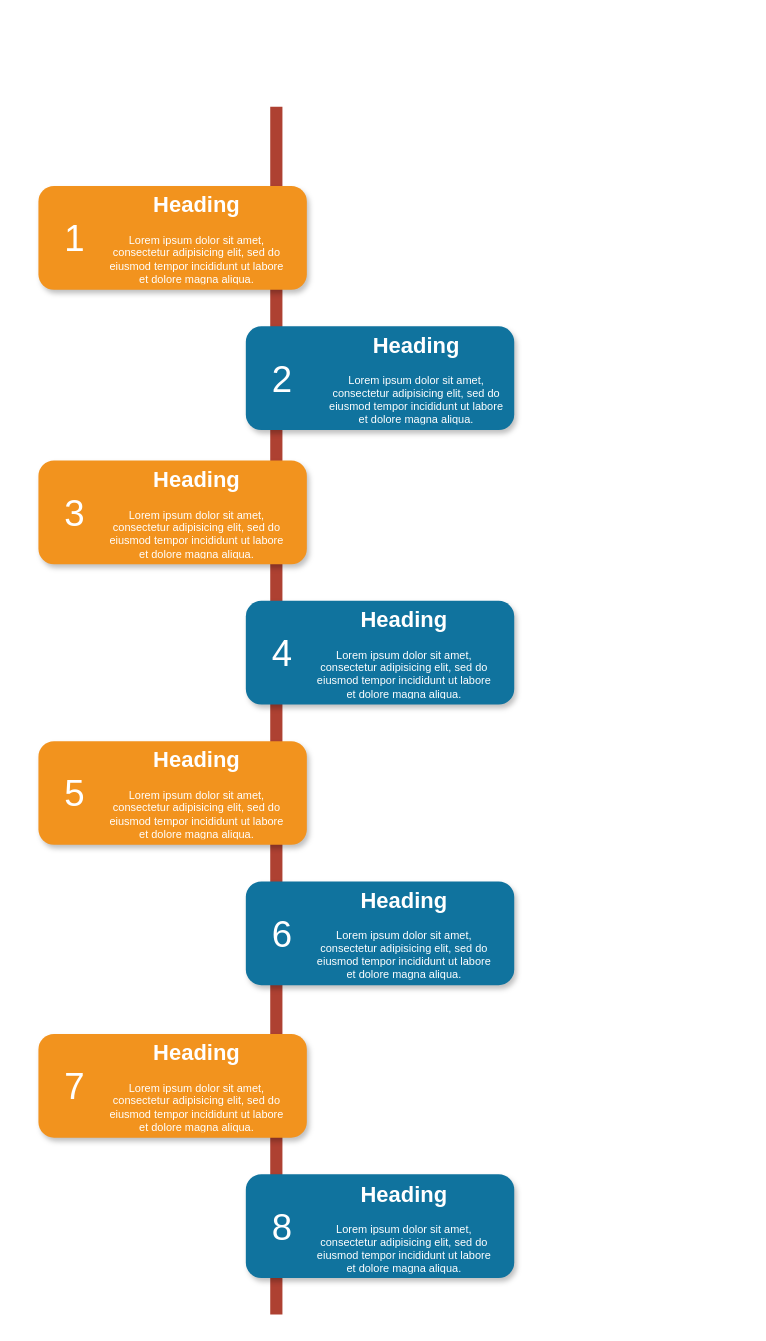
BrunoMRTZ/labcx keeps this draw.io diagram as diagramas/esquemaEC.drawio. Above is the earlier version. Source tidied: cells renumbered, new cells numbered last; positions are measured from the earlier drawing's top-left corner, leaving out a move shared by most shapes. Both pictures are drawn from the tidied source at 122%, with x=0, y=0 at pixel (38, 106).
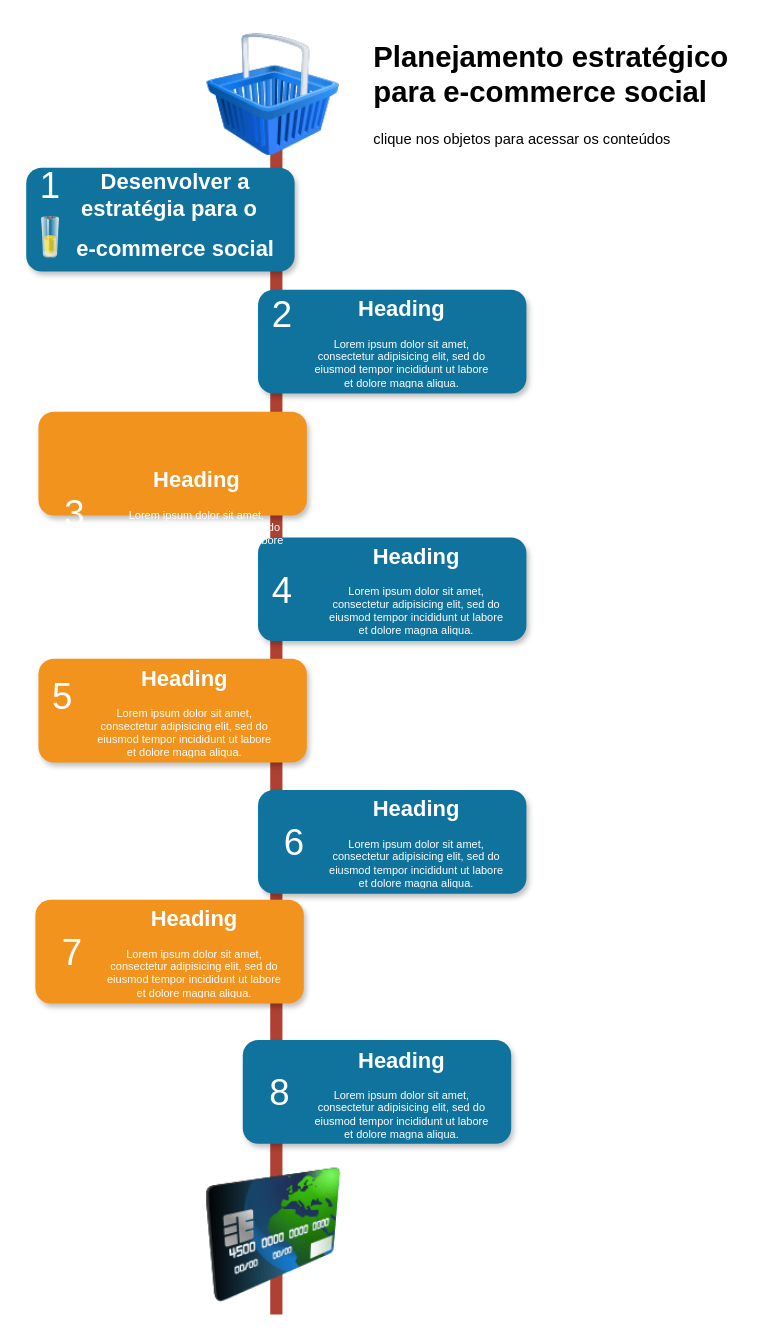
The same page after the edit.

What changed in the source:
```diff
@@
-    <mxCell id="3" style="rounded=1;whiteSpace=wrap;html=1;strokeColor=none;strokeWidth=1;fillColor=#F2931E;fontSize=13;fontColor=#FFFFFF;align=center;gradientColor=none;gradientDirection=east;verticalAlign=top;shadow=1;" parent="1" vertex="1">
-      <mxGeometry y="65" width="220" height="85" as="geometry" />
+    <mxCell id="3" style="rounded=1;whiteSpace=wrap;html=1;strokeColor=none;strokeWidth=1;fillColor=#10739E;fontSize=13;fontColor=#FFFFFF;align=center;gradientColor=none;gradientDirection=east;verticalAlign=top;shadow=1;" parent="1" vertex="1">
+      <mxGeometry x="-10" y="50" width="220" height="85" as="geometry" />
     </mxCell>
     <mxCell id="4" value="1" style="text;html=1;strokeColor=none;fillColor=none;align=center;verticalAlign=middle;whiteSpace=wrap;fontSize=30;fontColor=#FFFFFF;" parent="1" vertex="1">
-      <mxGeometry x="10" y="98" width="40" height="20" as="geometry" />
+      <mxGeometry x="-10" y="54" width="40" height="20" as="geometry" />
     </mxCell>
     <mxCell id="5" style="rounded=1;whiteSpace=wrap;html=1;strokeColor=none;strokeWidth=1;fillColor=#10739E;fontSize=13;fontColor=#FFFFFF;align=center;gradientColor=none;gradientDirection=east;verticalAlign=top;shadow=1;" parent="1" vertex="1">
-      <mxGeometry x="170" y="180" width="220" height="85" as="geometry" />
+      <mxGeometry x="180" y="150" width="220" height="85" as="geometry" />
     </mxCell>
     <mxCell id="6" value="2" style="text;html=1;strokeColor=none;fillColor=none;align=center;verticalAlign=middle;whiteSpace=wrap;fontSize=30;fontColor=#FFFFFF;" parent="1" vertex="1">
-      <mxGeometry x="180" y="213" width="40" height="20" as="geometry" />
+      <mxGeometry x="180" y="160" width="40" height="20" as="geometry" />
     </mxCell>
     <mxCell id="7" style="rounded=1;whiteSpace=wrap;html=1;strokeColor=none;strokeWidth=1;fillColor=#F2931E;fontSize=13;fontColor=#FFFFFF;align=center;gradientColor=none;gradientDirection=east;verticalAlign=top;shadow=1;" parent="1" vertex="1">
-      <mxGeometry y="290" width="220" height="85" as="geometry" />
+      <mxGeometry y="250" width="220" height="85" as="geometry" />
     </mxCell>
@@
     <mxCell id="9" style="rounded=1;whiteSpace=wrap;html=1;strokeColor=none;strokeWidth=1;fillColor=#10739E;fontSize=13;fontColor=#FFFFFF;align=center;gradientColor=none;gradientDirection=east;verticalAlign=top;shadow=1;" parent="1" vertex="1">
-      <mxGeometry x="170" y="405" width="220" height="85" as="geometry" />
+      <mxGeometry x="180" y="353" width="220" height="85" as="geometry" />
     </mxCell>
     <mxCell id="10" value="4" style="text;html=1;strokeColor=none;fillColor=none;align=center;verticalAlign=middle;whiteSpace=wrap;fontSize=30;fontColor=#FFFFFF;" parent="1" vertex="1">
-      <mxGeometry x="180" y="438" width="40" height="20" as="geometry" />
+      <mxGeometry x="180" y="385.5" width="40" height="20" as="geometry" />
     </mxCell>
     <mxCell id="11" style="rounded=1;whiteSpace=wrap;html=1;strokeColor=none;strokeWidth=1;fillColor=#F2931E;fontSize=13;fontColor=#FFFFFF;align=center;gradientColor=none;gradientDirection=east;verticalAlign=top;shadow=1;" parent="1" vertex="1">
-      <mxGeometry y="520" width="220" height="85" as="geometry" />
+      <mxGeometry y="452.5" width="220" height="85" as="geometry" />
     </mxCell>
     <mxCell id="12" value="5" style="text;html=1;strokeColor=none;fillColor=none;align=center;verticalAlign=middle;whiteSpace=wrap;fontSize=30;fontColor=#FFFFFF;" parent="1" vertex="1">
-      <mxGeometry x="10" y="553" width="40" height="20" as="geometry" />
+      <mxGeometry y="472.5" width="40" height="20" as="geometry" />
     </mxCell>
     <mxCell id="13" style="rounded=1;whiteSpace=wrap;html=1;strokeColor=none;strokeWidth=1;fillColor=#10739E;fontSize=13;fontColor=#FFFFFF;align=center;gradientColor=none;gradientDirection=east;verticalAlign=top;shadow=1;" parent="1" vertex="1">
-      <mxGeometry x="170" y="635" width="220" height="85" as="geometry" />
+      <mxGeometry x="180" y="560" width="220" height="85" as="geometry" />
     </mxCell>
     <mxCell id="14" value="6" style="text;html=1;strokeColor=none;fillColor=none;align=center;verticalAlign=middle;whiteSpace=wrap;fontSize=30;fontColor=#FFFFFF;" parent="1" vertex="1">
-      <mxGeometry x="180" y="668" width="40" height="20" as="geometry" />
+      <mxGeometry x="190" y="593" width="40" height="20" as="geometry" />
     </mxCell>
     <mxCell id="15" style="rounded=1;whiteSpace=wrap;html=1;strokeColor=none;strokeWidth=1;fillColor=#F2931E;fontSize=13;fontColor=#FFFFFF;align=center;gradientColor=none;gradientDirection=east;verticalAlign=top;shadow=1;" parent="1" vertex="1">
-      <mxGeometry y="760" width="220" height="85" as="geometry" />
+      <mxGeometry x="-2.5" y="650" width="220" height="85" as="geometry" />
     </mxCell>
     <mxCell id="16" value="7" style="text;html=1;strokeColor=none;fillColor=none;align=center;verticalAlign=middle;whiteSpace=wrap;fontSize=30;fontColor=#FFFFFF;" parent="1" vertex="1">
-      <mxGeometry x="10" y="793" width="40" height="20" as="geometry" />
+      <mxGeometry x="7.5" y="683" width="40" height="20" as="geometry" />
     </mxCell>
     <mxCell id="17" style="rounded=1;whiteSpace=wrap;html=1;strokeColor=none;strokeWidth=1;fillColor=#10739E;fontSize=13;fontColor=#FFFFFF;align=center;gradientColor=none;gradientDirection=east;verticalAlign=top;shadow=1;" parent="1" vertex="1">
-      <mxGeometry x="170" y="875" width="220" height="85" as="geometry" />
+      <mxGeometry x="167.5" y="765" width="220" height="85" as="geometry" />
     </mxCell>
     <mxCell id="18" value="8" style="text;html=1;strokeColor=none;fillColor=none;align=center;verticalAlign=middle;whiteSpace=wrap;fontSize=30;fontColor=#FFFFFF;" parent="1" vertex="1">
-      <mxGeometry x="180" y="908" width="40" height="20" as="geometry" />
+      <mxGeometry x="177.5" y="798" width="40" height="20" as="geometry" />
     </mxCell>
-    <mxCell id="19" value="&lt;h1&gt;Heading&lt;/h1&gt;&lt;p&gt;Lorem ipsum dolor sit amet, consectetur adipisicing elit, sed do eiusmod tempor incididunt ut labore et dolore magna aliqua.&lt;/p&gt;" style="text;html=1;spacing=5;spacingTop=-20;whiteSpace=wrap;overflow=hidden;strokeColor=none;strokeWidth=4;fillColor=none;gradientColor=#007FFF;fontSize=9;fontColor=#FFFFFF;align=center;" parent="1" vertex="1">
-      <mxGeometry x="50" y="69" width="160" height="77" as="geometry" />
+    <mxCell id="19" value="&lt;h1&gt;Desenvolver a estratégia para o&amp;nbsp;&amp;nbsp;&lt;/h1&gt;&lt;h1&gt;e-commerce social&lt;br&gt;&lt;/h1&gt;" style="text;html=1;spacing=5;spacingTop=-20;whiteSpace=wrap;overflow=hidden;strokeColor=none;strokeWidth=4;fillColor=none;gradientColor=#007FFF;fontSize=9;fontColor=#FFFFFF;align=center;" parent="1" vertex="1">
+      <mxGeometry x="15" y="50" width="195" height="80" as="geometry" />
     </mxCell>
     <mxCell id="20" value="&lt;h1&gt;Heading&lt;/h1&gt;&lt;p&gt;Lorem ipsum dolor sit amet, consectetur adipisicing elit, sed do eiusmod tempor incididunt ut labore et dolore magna aliqua.&lt;/p&gt;" style="text;html=1;spacing=5;spacingTop=-20;whiteSpace=wrap;overflow=hidden;strokeColor=none;strokeWidth=4;fillColor=none;gradientColor=#007FFF;fontSize=9;fontColor=#FFFFFF;align=center;" parent="1" vertex="1">
-      <mxGeometry x="230" y="184" width="160" height="77" as="geometry" />
+      <mxGeometry x="217.5" y="154" width="160" height="77" as="geometry" />
     </mxCell>
@@
     <mxCell id="22" value="&lt;h1&gt;Heading&lt;/h1&gt;&lt;p&gt;Lorem ipsum dolor sit amet, consectetur adipisicing elit, sed do eiusmod tempor incididunt ut labore et dolore magna aliqua.&lt;/p&gt;" style="text;html=1;spacing=5;spacingTop=-20;whiteSpace=wrap;overflow=hidden;strokeColor=none;strokeWidth=4;fillColor=none;gradientColor=#007FFF;fontSize=9;fontColor=#FFFFFF;align=center;" parent="1" vertex="1">
-      <mxGeometry x="220" y="409" width="160" height="77" as="geometry" />
+      <mxGeometry x="230" y="357" width="160" height="77" as="geometry" />
     </mxCell>
     <mxCell id="23" value="&lt;h1&gt;Heading&lt;/h1&gt;&lt;p&gt;Lorem ipsum dolor sit amet, consectetur adipisicing elit, sed do eiusmod tempor incididunt ut labore et dolore magna aliqua.&lt;/p&gt;" style="text;html=1;spacing=5;spacingTop=-20;whiteSpace=wrap;overflow=hidden;strokeColor=none;strokeWidth=4;fillColor=none;gradientColor=#007FFF;fontSize=9;fontColor=#FFFFFF;align=center;" parent="1" vertex="1">
-      <mxGeometry x="50" y="524" width="160" height="77" as="geometry" />
+      <mxGeometry x="40" y="456.5" width="160" height="77" as="geometry" />
     </mxCell>
     <mxCell id="24" value="&lt;h1&gt;Heading&lt;/h1&gt;&lt;p&gt;Lorem ipsum dolor sit amet, consectetur adipisicing elit, sed do eiusmod tempor incididunt ut labore et dolore magna aliqua.&lt;/p&gt;" style="text;html=1;spacing=5;spacingTop=-20;whiteSpace=wrap;overflow=hidden;strokeColor=none;strokeWidth=4;fillColor=none;gradientColor=#007FFF;fontSize=9;fontColor=#FFFFFF;align=center;" parent="1" vertex="1">
-      <mxGeometry x="220" y="639" width="160" height="77" as="geometry" />
+      <mxGeometry x="230" y="564" width="160" height="77" as="geometry" />
     </mxCell>
     <mxCell id="25" value="&lt;h1&gt;Heading&lt;/h1&gt;&lt;p&gt;Lorem ipsum dolor sit amet, consectetur adipisicing elit, sed do eiusmod tempor incididunt ut labore et dolore magna aliqua.&lt;/p&gt;" style="text;html=1;spacing=5;spacingTop=-20;whiteSpace=wrap;overflow=hidden;strokeColor=none;strokeWidth=4;fillColor=none;gradientColor=#007FFF;fontSize=9;fontColor=#FFFFFF;align=center;" parent="1" vertex="1">
-      <mxGeometry x="50" y="764" width="160" height="77" as="geometry" />
+      <mxGeometry x="47.5" y="654" width="160" height="77" as="geometry" />
     </mxCell>
     <mxCell id="26" value="&lt;h1&gt;Heading&lt;/h1&gt;&lt;p&gt;Lorem ipsum dolor sit amet, consectetur adipisicing elit, sed do eiusmod tempor incididunt ut labore et dolore magna aliqua.&lt;/p&gt;" style="text;html=1;spacing=5;spacingTop=-20;whiteSpace=wrap;overflow=hidden;strokeColor=none;strokeWidth=4;fillColor=none;gradientColor=#007FFF;fontSize=9;fontColor=#FFFFFF;align=center;" parent="1" vertex="1">
-      <mxGeometry x="220" y="880" width="160" height="77" as="geometry" />
+      <mxGeometry x="217.5" y="770" width="160" height="77" as="geometry" />
     </mxCell>
+    <mxCell id="27" style="image;html=1;image=img/lib/clip_art/finance/Credit_Card_128x128.png;" parent="1" vertex="1">
+      <mxGeometry x="135" y="870" width="115" height="110" as="geometry" />
+    </mxCell>
+    <mxCell id="28" style="image;html=1;image=img/lib/clip_art/finance/Shopping_Cart_128x128.png;" parent="1" vertex="1">
+      <mxGeometry x="130" y="-60" width="125" height="100" as="geometry" />
+    </mxCell>
+    <mxCell id="29" value="&lt;h1&gt;Planejamento estratégico para e-commerce social&lt;/h1&gt;&lt;p&gt;clique nos objetos para acessar os conteúdos&lt;/p&gt;" style="text;html=1;strokeColor=none;fillColor=none;spacing=5;spacingTop=-20;whiteSpace=wrap;overflow=hidden;rounded=0;" parent="1" vertex="1">
+      <mxGeometry x="270" y="-60" width="310" height="120" as="geometry" />
+    </mxCell>
+    <mxCell id="30" style="image;html=1;image=img/lib/clip_art/general/Battery_50_128x128.png;" parent="1" vertex="1">
+      <mxGeometry x="-10" y="90" width="40" height="35" as="geometry" />
+    </mxCell>
```
